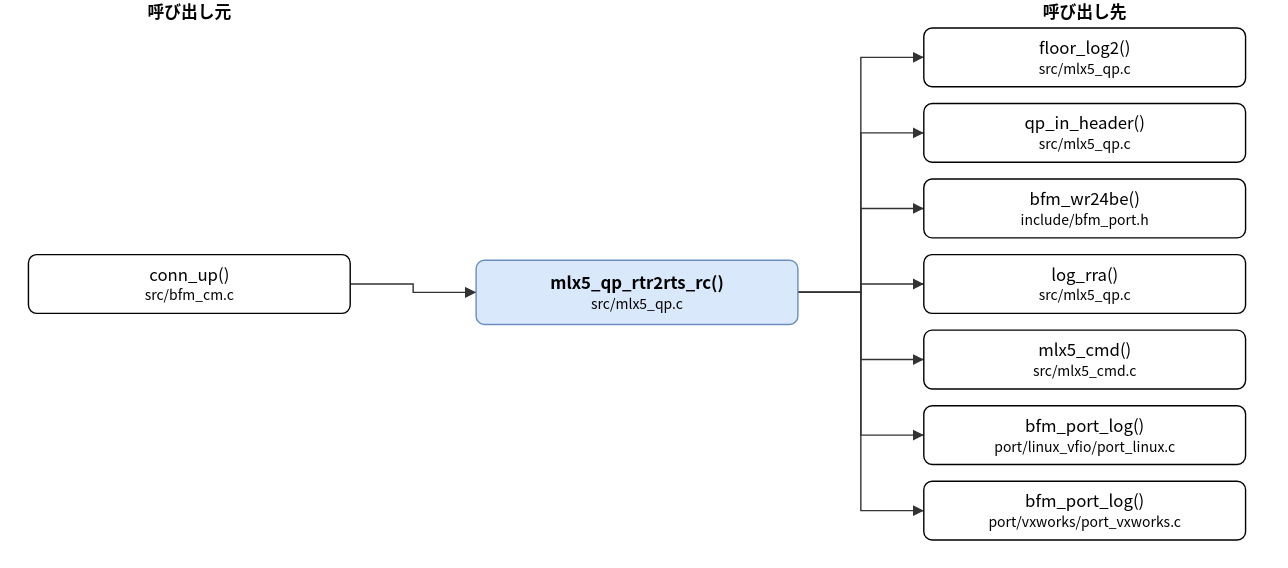
This is doc/spec/images/call_src_mlx5_qp-mlx5_qp_rtr2rts_rc.drawio.svg from hf355051012-ai/bfmem, a draw.io export, as it was before one commit. Source tidied: cells renumbered, new cells last; positions are measured from the earlier drawing's top-left corner, leaving out a move shared by most shapes.
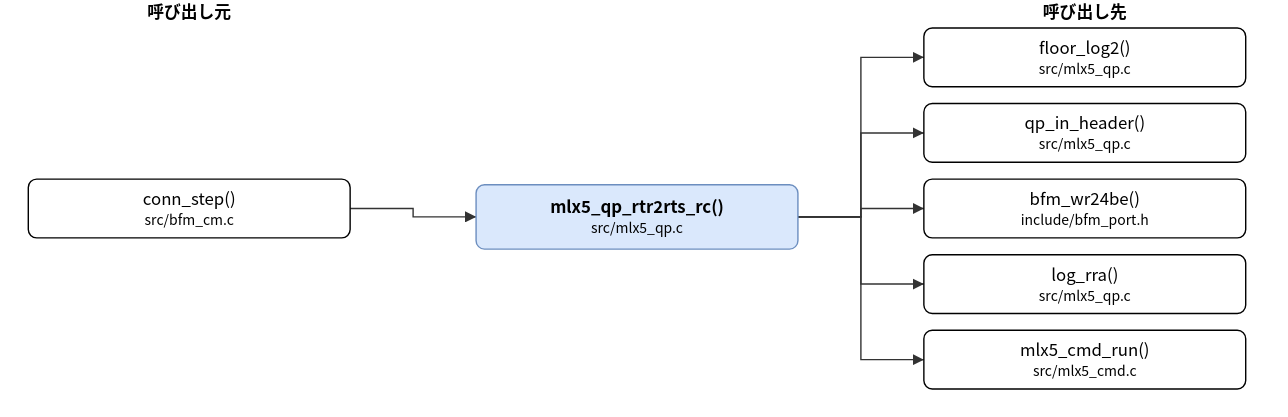
After the change.

Diff of the diagram source:
```diff
@@ -3,10 +3,10 @@
     <mxCell id="0" />
     <mxCell id="1" parent="0" />
     <mxCell id="2" value="mlx5_qp_rtr2rts_rc()&lt;br&gt;&lt;font style=&quot;font-size:10px&quot;&gt;src/mlx5_qp.c&lt;/font&gt;" style="rounded=1;whiteSpace=wrap;html=1;fillColor=#dae8fc;strokeColor=#6c8ebf;fontStyle=1;" parent="1" vertex="1">
-      <mxGeometry x="320" y="186" width="230" height="46" as="geometry" />
+      <mxGeometry x="320" y="132" width="230" height="46" as="geometry" />
     </mxCell>
-    <mxCell id="3" value="conn_up()&lt;br&gt;&lt;font style=&quot;font-size:10px&quot;&gt;src/bfm_cm.c&lt;/font&gt;" style="rounded=1;whiteSpace=wrap;html=1;" parent="1" vertex="1">
-      <mxGeometry y="182" width="230" height="42" as="geometry" />
+    <mxCell id="3" value="conn_step()&lt;br&gt;&lt;font style=&quot;font-size:10px&quot;&gt;src/bfm_cm.c&lt;/font&gt;" style="rounded=1;whiteSpace=wrap;html=1;" parent="1" vertex="1">
+      <mxGeometry y="128" width="230" height="42" as="geometry" />
     </mxCell>
     <mxCell id="4" value="floor_log2()&lt;br&gt;&lt;font style=&quot;font-size:10px&quot;&gt;src/mlx5_qp.c&lt;/font&gt;" style="rounded=1;whiteSpace=wrap;html=1;" parent="1" vertex="1">
       <mxGeometry x="640" y="20" width="230" height="42" as="geometry" />
@@ -20,27 +20,21 @@
     <mxCell id="7" value="log_rra()&lt;br&gt;&lt;font style=&quot;font-size:10px&quot;&gt;src/mlx5_qp.c&lt;/font&gt;" style="rounded=1;whiteSpace=wrap;html=1;" parent="1" vertex="1">
       <mxGeometry x="640" y="182" width="230" height="42" as="geometry" />
     </mxCell>
-    <mxCell id="8" value="mlx5_cmd()&lt;br&gt;&lt;font style=&quot;font-size:10px&quot;&gt;src/mlx5_cmd.c&lt;/font&gt;" style="rounded=1;whiteSpace=wrap;html=1;" parent="1" vertex="1">
+    <mxCell id="8" value="mlx5_cmd_run()&lt;br&gt;&lt;font style=&quot;font-size:10px&quot;&gt;src/mlx5_cmd.c&lt;/font&gt;" style="rounded=1;whiteSpace=wrap;html=1;" parent="1" vertex="1">
       <mxGeometry x="640" y="236" width="230" height="42" as="geometry" />
     </mxCell>
-    <mxCell id="9" value="bfm_port_log()&lt;br&gt;&lt;font style=&quot;font-size:10px&quot;&gt;port/linux_vfio/port_linux.c&lt;/font&gt;" style="rounded=1;whiteSpace=wrap;html=1;" parent="1" vertex="1">
-      <mxGeometry x="640" y="290" width="230" height="42" as="geometry" />
-    </mxCell>
-    <mxCell id="10" value="bfm_port_log()&lt;br&gt;&lt;font style=&quot;font-size:10px&quot;&gt;port/vxworks/port_vxworks.c&lt;/font&gt;" style="rounded=1;whiteSpace=wrap;html=1;" parent="1" vertex="1">
-      <mxGeometry x="640" y="344" width="230" height="42" as="geometry" />
-    </mxCell>
     <mxCell id="11" style="edgeStyle=none;html=1;rounded=0;endArrow=block;endFill=1;exitX=1.0000;exitY=0.5000;exitDx=0;exitDy=0;exitPerimeter=0;entryX=0.0000;entryY=0.5000;entryDx=0;entryDy=0;entryPerimeter=0;" parent="1" edge="1" source="3" target="2">
       <mxGeometry relative="1" as="geometry">
         <Array as="points">
-          <mxPoint x="275" y="203" />
-          <mxPoint x="275" y="209" />
+          <mxPoint x="275" y="149" />
+          <mxPoint x="275" y="155" />
         </Array>
       </mxGeometry>
     </mxCell>
     <mxCell id="12" style="edgeStyle=none;html=1;rounded=0;endArrow=block;endFill=1;exitX=1.0000;exitY=0.5000;exitDx=0;exitDy=0;exitPerimeter=0;entryX=0.0000;entryY=0.5000;entryDx=0;entryDy=0;entryPerimeter=0;" parent="1" edge="1" source="2" target="4">
       <mxGeometry relative="1" as="geometry">
         <Array as="points">
-          <mxPoint x="595" y="209" />
+          <mxPoint x="595" y="155" />
           <mxPoint x="595" y="41" />
         </Array>
       </mxGeometry>
@@ -48,7 +42,7 @@
     <mxCell id="13" style="edgeStyle=none;html=1;rounded=0;endArrow=block;endFill=1;exitX=1.0000;exitY=0.5000;exitDx=0;exitDy=0;exitPerimeter=0;entryX=0.0000;entryY=0.5000;entryDx=0;entryDy=0;entryPerimeter=0;" parent="1" edge="1" source="2" target="5">
       <mxGeometry relative="1" as="geometry">
         <Array as="points">
-          <mxPoint x="595" y="209" />
+          <mxPoint x="595" y="155" />
           <mxPoint x="595" y="95" />
         </Array>
       </mxGeometry>
@@ -56,7 +50,7 @@
     <mxCell id="14" style="edgeStyle=none;html=1;rounded=0;endArrow=block;endFill=1;exitX=1.0000;exitY=0.5000;exitDx=0;exitDy=0;exitPerimeter=0;entryX=0.0000;entryY=0.5000;entryDx=0;entryDy=0;entryPerimeter=0;" parent="1" edge="1" source="2" target="6">
       <mxGeometry relative="1" as="geometry">
         <Array as="points">
-          <mxPoint x="595" y="209" />
+          <mxPoint x="595" y="155" />
           <mxPoint x="595" y="149" />
         </Array>
       </mxGeometry>
@@ -64,7 +58,7 @@
     <mxCell id="15" style="edgeStyle=none;html=1;rounded=0;endArrow=block;endFill=1;exitX=1.0000;exitY=0.5000;exitDx=0;exitDy=0;exitPerimeter=0;entryX=0.0000;entryY=0.5000;entryDx=0;entryDy=0;entryPerimeter=0;" parent="1" edge="1" source="2" target="7">
       <mxGeometry relative="1" as="geometry">
         <Array as="points">
-          <mxPoint x="595" y="209" />
+          <mxPoint x="595" y="155" />
           <mxPoint x="595" y="203" />
         </Array>
       </mxGeometry>
@@ -72,27 +66,11 @@
     <mxCell id="16" style="edgeStyle=none;html=1;rounded=0;endArrow=block;endFill=1;exitX=1.0000;exitY=0.5000;exitDx=0;exitDy=0;exitPerimeter=0;entryX=0.0000;entryY=0.5000;entryDx=0;entryDy=0;entryPerimeter=0;" parent="1" edge="1" source="2" target="8">
       <mxGeometry relative="1" as="geometry">
         <Array as="points">
-          <mxPoint x="595" y="209" />
+          <mxPoint x="595" y="155" />
           <mxPoint x="595" y="257" />
         </Array>
       </mxGeometry>
     </mxCell>
-    <mxCell id="17" style="edgeStyle=none;html=1;rounded=0;endArrow=block;endFill=1;exitX=1.0000;exitY=0.5000;exitDx=0;exitDy=0;exitPerimeter=0;entryX=0.0000;entryY=0.5000;entryDx=0;entryDy=0;entryPerimeter=0;" parent="1" edge="1" source="2" target="9">
-      <mxGeometry relative="1" as="geometry">
-        <Array as="points">
-          <mxPoint x="595" y="209" />
-          <mxPoint x="595" y="311" />
-        </Array>
-      </mxGeometry>
-    </mxCell>
-    <mxCell id="18" style="edgeStyle=none;html=1;rounded=0;endArrow=block;endFill=1;exitX=1.0000;exitY=0.5000;exitDx=0;exitDy=0;exitPerimeter=0;entryX=0.0000;entryY=0.5000;entryDx=0;entryDy=0;entryPerimeter=0;" parent="1" edge="1" source="2" target="10">
-      <mxGeometry relative="1" as="geometry">
-        <Array as="points">
-          <mxPoint x="595" y="209" />
-          <mxPoint x="595" y="365" />
-        </Array>
-      </mxGeometry>
-    </mxCell>
     <mxCell id="19" value="呼び出し元" style="text;html=1;align=center;fontStyle=1;" parent="1" vertex="1">
       <mxGeometry x="35" width="160" height="18" as="geometry" />
     </mxCell>
```
